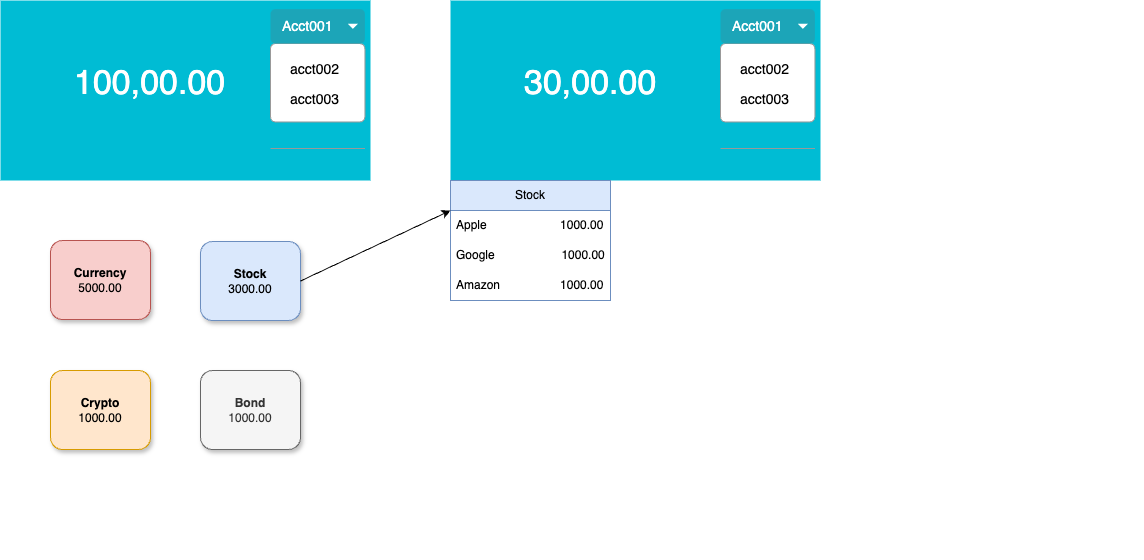
This is doc/UI.drawio.png from dakin001/ledger-service, a draw.io export, as it was before one commit. Source tidied: cells renumbered, new cells last; positions are measured from the earlier drawing's top-left corner, leaving out a move shared by most shapes.
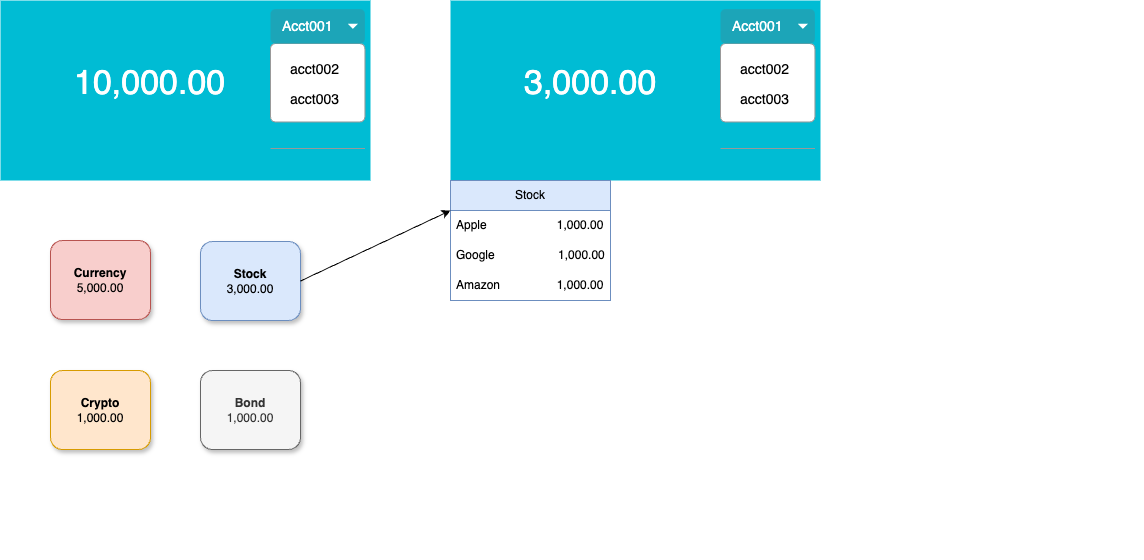
Above is the later version.

Change to the diagram source:
```diff
@@ -5,7 +5,7 @@
     <mxCell id="2" style="dashed=0;shape=rect;fillColor=#ffffff;strokeColor=none;fontFamily=Helvetica;fontSize=12;fontColor=default;" parent="1" vertex="1">
       <mxGeometry width="370" height="560" as="geometry" />
     </mxCell>
-    <mxCell id="3" value="100,00.00" style="dashed=0;shape=rect;strokeColor=none;fillColor=#00BCD4;fontSize=34;fontColor=#FFFFFF;spacingTop=-14;verticalAlign=middle;align=left;spacingLeft=72;fontFamily=Helvetica;whiteSpace=wrap;html=1;" parent="2" vertex="1">
+    <mxCell id="3" value="10,000.00" style="dashed=0;shape=rect;strokeColor=none;fillColor=#00BCD4;fontSize=34;fontColor=#FFFFFF;spacingTop=-14;verticalAlign=middle;align=left;spacingLeft=72;fontFamily=Helvetica;whiteSpace=wrap;html=1;" parent="2" vertex="1">
       <mxGeometry width="370" height="180" relative="1" as="geometry" />
     </mxCell>
     <mxCell id="4" style="dashed=0;shape=mxgraph.gmdl.search;strokeColor=#ffffff;fillColor=none;strokeWidth=2;fontFamily=Helvetica;fontSize=12;fontColor=default;" parent="3" vertex="1">
@@ -52,26 +52,26 @@
         <mxPoint x="400" y="28" as="offset" />
       </mxGeometry>
     </mxCell>
-    <mxCell id="14" value="&lt;b&gt;Currency&lt;/b&gt;&lt;div&gt;5000.00&lt;/div&gt;" style="text;fontSize=12;verticalAlign=middle;align=center;fontFamily=Helvetica;whiteSpace=wrap;html=1;fillColor=#f8cecc;strokeColor=#b85450;rounded=1;glass=0;shadow=1;" parent="2" vertex="1">
+    <mxCell id="14" value="&lt;b&gt;Currency&lt;/b&gt;&lt;div&gt;5,000.00&lt;/div&gt;" style="text;fontSize=12;verticalAlign=middle;align=center;fontFamily=Helvetica;whiteSpace=wrap;html=1;fillColor=#f8cecc;strokeColor=#b85450;rounded=1;glass=0;shadow=1;" parent="2" vertex="1">
       <mxGeometry y="1" width="100" height="79" relative="1" as="geometry">
         <mxPoint x="50" y="-320" as="offset" />
       </mxGeometry>
     </mxCell>
-    <mxCell id="15" value="&lt;b&gt;Stock&lt;/b&gt;&lt;div&gt;3000.00&lt;/div&gt;" style="text;fontSize=12;verticalAlign=middle;align=center;fontFamily=Helvetica;whiteSpace=wrap;html=1;fillColor=#dae8fc;strokeColor=#6c8ebf;rounded=1;glass=0;shadow=1;" parent="2" vertex="1">
+    <mxCell id="15" value="&lt;b&gt;Stock&lt;/b&gt;&lt;div&gt;3,000.00&lt;/div&gt;" style="text;fontSize=12;verticalAlign=middle;align=center;fontFamily=Helvetica;whiteSpace=wrap;html=1;fillColor=#dae8fc;strokeColor=#6c8ebf;rounded=1;glass=0;shadow=1;" parent="2" vertex="1">
       <mxGeometry y="1" width="100" height="79" relative="1" as="geometry">
         <mxPoint x="200" y="-319" as="offset" />
       </mxGeometry>
     </mxCell>
-    <mxCell id="16" value="&lt;b&gt;Crypto&lt;/b&gt;&lt;div&gt;1000.00&lt;/div&gt;" style="text;fontSize=12;verticalAlign=middle;align=center;fontFamily=Helvetica;whiteSpace=wrap;html=1;fillColor=#ffe6cc;strokeColor=#d79b00;rounded=1;glass=0;shadow=1;" parent="2" vertex="1">
+    <mxCell id="16" value="&lt;b&gt;Crypto&lt;/b&gt;&lt;div&gt;1,000.00&lt;/div&gt;" style="text;fontSize=12;verticalAlign=middle;align=center;fontFamily=Helvetica;whiteSpace=wrap;html=1;fillColor=#ffe6cc;strokeColor=#d79b00;rounded=1;glass=0;shadow=1;" parent="2" vertex="1">
       <mxGeometry x="50" y="370" width="100" height="79" as="geometry" />
     </mxCell>
-    <mxCell id="17" value="&lt;b&gt;Bond&lt;/b&gt;&lt;div&gt;1000.00&lt;/div&gt;" style="text;fontSize=12;verticalAlign=middle;align=center;fontFamily=Helvetica;whiteSpace=wrap;html=1;fillColor=#f5f5f5;strokeColor=#666666;rounded=1;glass=0;shadow=1;fontColor=#333333;" parent="2" vertex="1">
+    <mxCell id="17" value="&lt;b&gt;Bond&lt;/b&gt;&lt;div&gt;1,000.00&lt;/div&gt;" style="text;fontSize=12;verticalAlign=middle;align=center;fontFamily=Helvetica;whiteSpace=wrap;html=1;fillColor=#f5f5f5;strokeColor=#666666;rounded=1;glass=0;shadow=1;fontColor=#333333;" parent="2" vertex="1">
       <mxGeometry x="200" y="370" width="100" height="79" as="geometry" />
     </mxCell>
     <mxCell id="18" style="dashed=0;shape=rect;fillColor=#ffffff;strokeColor=none;fontFamily=Helvetica;fontSize=12;fontColor=default;" parent="1" vertex="1">
       <mxGeometry x="450" width="370" height="560" as="geometry" />
     </mxCell>
-    <mxCell id="19" value="30,00.00" style="dashed=0;shape=rect;strokeColor=none;fillColor=#00BCD4;fontSize=34;fontColor=#FFFFFF;spacingTop=-14;verticalAlign=middle;align=left;spacingLeft=72;fontFamily=Helvetica;whiteSpace=wrap;html=1;" parent="18" vertex="1">
+    <mxCell id="19" value="3,000.00" style="dashed=0;shape=rect;strokeColor=none;fillColor=#00BCD4;fontSize=34;fontColor=#FFFFFF;spacingTop=-14;verticalAlign=middle;align=left;spacingLeft=72;fontFamily=Helvetica;whiteSpace=wrap;html=1;" parent="18" vertex="1">
       <mxGeometry width="370" height="180" relative="1" as="geometry" />
     </mxCell>
     <mxCell id="20" style="dashed=0;shape=mxgraph.gmdl.search;strokeColor=#ffffff;fillColor=none;strokeWidth=2;fontFamily=Helvetica;fontSize=12;fontColor=default;" parent="19" vertex="1">
@@ -121,13 +121,13 @@
     <mxCell id="30" value="Stock" style="swimlane;fontStyle=0;horizontal=1;startSize=30;whiteSpace=wrap;html=1;fillColor=#dae8fc;strokeColor=#6c8ebf;" parent="18" vertex="1">
       <mxGeometry y="180" width="160" height="120" as="geometry" />
     </mxCell>
-    <mxCell id="31" value="Apple&amp;nbsp; &amp;nbsp; &amp;nbsp; &amp;nbsp; &amp;nbsp; &amp;nbsp; &amp;nbsp; &amp;nbsp; &amp;nbsp; &amp;nbsp; &amp;nbsp; 1000.00" style="text;strokeColor=none;fillColor=none;align=left;verticalAlign=middle;spacingLeft=4;spacingRight=4;overflow=hidden;whiteSpace=wrap;html=1;" parent="30" vertex="1">
+    <mxCell id="31" value="Apple&amp;nbsp; &amp;nbsp; &amp;nbsp; &amp;nbsp; &amp;nbsp; &amp;nbsp; &amp;nbsp; &amp;nbsp; &amp;nbsp; &amp;nbsp; &amp;nbsp;1,000.00" style="text;strokeColor=none;fillColor=none;align=left;verticalAlign=middle;spacingLeft=4;spacingRight=4;overflow=hidden;whiteSpace=wrap;html=1;" parent="30" vertex="1">
       <mxGeometry y="30" width="160" height="30" as="geometry" />
     </mxCell>
-    <mxCell id="32" value="Google&amp;nbsp; &amp;nbsp; &amp;nbsp; &amp;nbsp; &amp;nbsp; &amp;nbsp; &amp;nbsp; &amp;nbsp; &amp;nbsp; &amp;nbsp; 1000.00" style="text;strokeColor=none;fillColor=none;align=left;verticalAlign=middle;spacingLeft=4;spacingRight=4;overflow=hidden;whiteSpace=wrap;html=1;" parent="30" vertex="1">
+    <mxCell id="32" value="Google&amp;nbsp; &amp;nbsp; &amp;nbsp; &amp;nbsp; &amp;nbsp; &amp;nbsp; &amp;nbsp; &amp;nbsp; &amp;nbsp; &amp;nbsp;1,000.00" style="text;strokeColor=none;fillColor=none;align=left;verticalAlign=middle;spacingLeft=4;spacingRight=4;overflow=hidden;whiteSpace=wrap;html=1;" parent="30" vertex="1">
       <mxGeometry y="60" width="160" height="30" as="geometry" />
     </mxCell>
-    <mxCell id="33" value="Amazon&amp;nbsp; &amp;nbsp; &amp;nbsp; &amp;nbsp; &amp;nbsp; &amp;nbsp; &amp;nbsp; &amp;nbsp; &amp;nbsp; 1000.00" style="text;strokeColor=none;fillColor=none;align=left;verticalAlign=middle;spacingLeft=4;spacingRight=4;overflow=hidden;whiteSpace=wrap;html=1;" parent="30" vertex="1">
+    <mxCell id="33" value="Amazon&amp;nbsp; &amp;nbsp; &amp;nbsp; &amp;nbsp; &amp;nbsp; &amp;nbsp; &amp;nbsp; &amp;nbsp; &amp;nbsp;1,000.00" style="text;strokeColor=none;fillColor=none;align=left;verticalAlign=middle;spacingLeft=4;spacingRight=4;overflow=hidden;whiteSpace=wrap;html=1;" parent="30" vertex="1">
       <mxGeometry y="90" width="160" height="30" as="geometry" />
     </mxCell>
     <mxCell id="34" style="endArrow=classic;html=1;rounded=0;fontFamily=Helvetica;fontSize=12;fontColor=default;textOpacity=80;entryX=0;entryY=0.25;entryDx=0;entryDy=0;exitX=1;exitY=0.5;exitDx=0;exitDy=0;" parent="1" edge="1" source="15" target="30">
```
